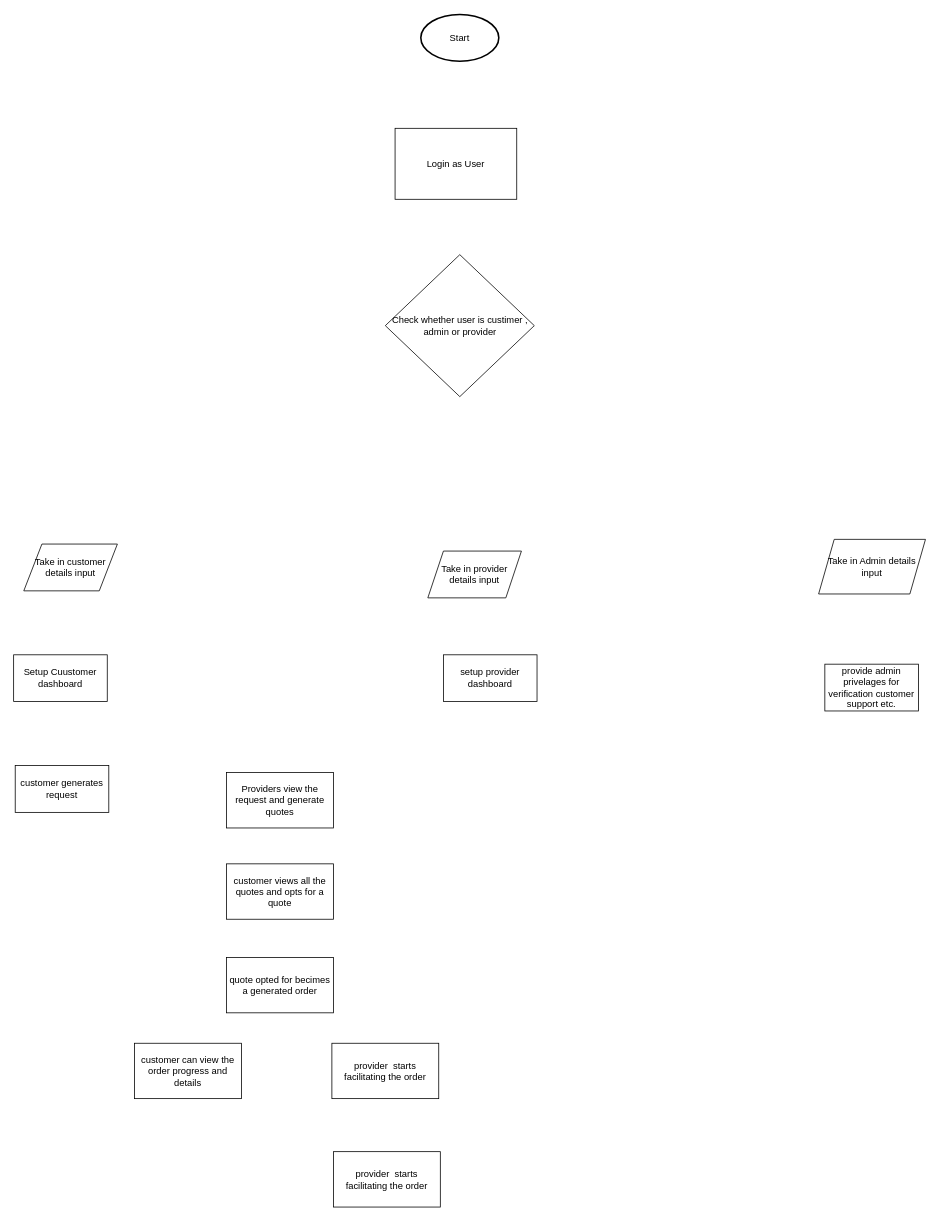
norsechurros/Diagrams keeps this draw.io diagram as go-vya flowchart.drawio. Above is the earlier version. Source tidied: cells renumbered, new cells numbered last; positions are measured from the earlier drawing's top-left corner, leaving out a move shared by most shapes. Both pictures are drawn from the tidied source at 78%, with x=0, y=0 at pixel (13, 14).
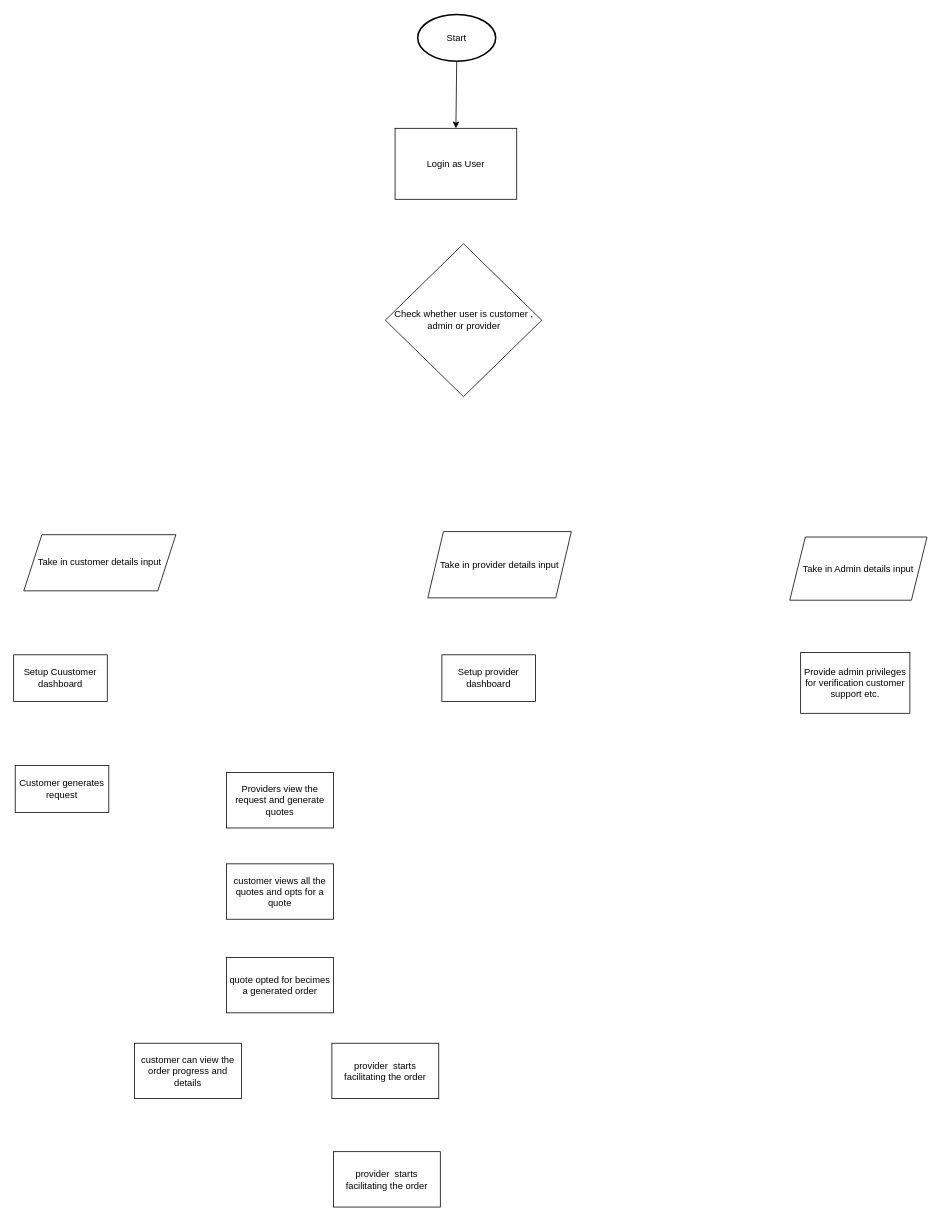
The same page after the edit.

The edit, as a diff of the source:
```diff
@@
 <mxGraphModel>
   <root>
     <mxCell id="0" />
     <mxCell id="1" parent="0" />
     <mxCell id="2" value="Start" style="strokeWidth=2;html=1;shape=mxgraph.flowchart.start_1;whiteSpace=wrap;" parent="1" vertex="1">
-      <mxGeometry x="522" width="100" height="60" as="geometry" />
+      <mxGeometry x="518" width="100" height="60" as="geometry" />
     </mxCell>
     <mxCell id="3" value="Login as User" style="rounded=0;whiteSpace=wrap;html=1;" parent="1" vertex="1">
       <mxGeometry x="489" y="146" width="156" height="91" as="geometry" />
     </mxCell>
-    <mxCell id="4" value="Check whether user is custimer , admin or provider" style="rhombus;whiteSpace=wrap;html=1;" parent="1" vertex="1">
-      <mxGeometry x="476.5" y="308" width="191" height="182" as="geometry" />
+    <mxCell id="4" value="Check whether user is customer , admin or provider" style="rhombus;whiteSpace=wrap;html=1;" parent="1" vertex="1">
+      <mxGeometry x="476.5" y="294" width="200.5" height="196" as="geometry" />
     </mxCell>
     <mxCell id="5" value="Take in customer details input" style="shape=parallelogram;perimeter=parallelogramPerimeter;whiteSpace=wrap;html=1;fixedSize=1;size=23.235294117647072;" parent="1" vertex="1">
-      <mxGeometry x="13" y="679" width="120" height="60" as="geometry" />
+      <mxGeometry x="13" y="667" width="195" height="72" as="geometry" />
     </mxCell>
     <mxCell id="6" value="Take in provider details input" style="shape=parallelogram;perimeter=parallelogramPerimeter;whiteSpace=wrap;html=1;fixedSize=1;" parent="1" vertex="1">
-      <mxGeometry x="531" y="688" width="120" height="60" as="geometry" />
+      <mxGeometry x="531" y="663" width="184" height="85" as="geometry" />
     </mxCell>
     <mxCell id="7" value="Take in Admin details input" style="shape=parallelogram;perimeter=parallelogramPerimeter;whiteSpace=wrap;html=1;fixedSize=1;" parent="1" vertex="1">
-      <mxGeometry x="1032" y="673" width="137" height="70" as="geometry" />
+      <mxGeometry x="995" y="670" width="176" height="81" as="geometry" />
     </mxCell>
     <mxCell id="8" value="Setup Cuustomer dashboard" style="rounded=0;whiteSpace=wrap;html=1;" parent="1" vertex="1">
       <mxGeometry y="821" width="120" height="60" as="geometry" />
     </mxCell>
-    <mxCell id="9" value="setup provider dashboard" style="rounded=0;whiteSpace=wrap;html=1;" parent="1" vertex="1">
-      <mxGeometry x="551" y="821" width="120" height="60" as="geometry" />
+    <mxCell id="9" value="&lt;div&gt;Setup provider dashboard&lt;/div&gt;" style="rounded=0;whiteSpace=wrap;html=1;" parent="1" vertex="1">
+      <mxGeometry x="549" y="821" width="120" height="60" as="geometry" />
     </mxCell>
-    <mxCell id="10" value="provide admin privelages for verification customer support etc." style="rounded=0;whiteSpace=wrap;html=1;" parent="1" vertex="1">
-      <mxGeometry x="1040" y="833" width="120" height="60" as="geometry" />
+    <mxCell id="10" value="Provide admin privileges for verification customer support etc." style="rounded=0;whiteSpace=wrap;html=1;" parent="1" vertex="1">
+      <mxGeometry x="1009" y="818" width="140" height="78" as="geometry" />
     </mxCell>
-    <mxCell id="11" value="customer generates request" style="rounded=0;whiteSpace=wrap;html=1;" parent="1" vertex="1">
+    <mxCell id="11" value="Customer generates request" style="rounded=0;whiteSpace=wrap;html=1;" parent="1" vertex="1">
       <mxGeometry x="2" y="963" width="120" height="60" as="geometry" />
     </mxCell>
     <mxCell id="12" value="Providers view the request and generate quotes" style="rounded=0;whiteSpace=wrap;html=1;" parent="1" vertex="1">
       <mxGeometry x="273" y="972" width="137" height="71" as="geometry" />
     </mxCell>
     <mxCell id="13" value="customer views all the quotes and opts for a quote " style="rounded=0;whiteSpace=wrap;html=1;" parent="1" vertex="1">
       <mxGeometry x="273" y="1089" width="137" height="71" as="geometry" />
     </mxCell>
     <mxCell id="14" value="quote opted for becimes a generated order" style="rounded=0;whiteSpace=wrap;html=1;" parent="1" vertex="1">
       <mxGeometry x="273" y="1209" width="137" height="71" as="geometry" />
     </mxCell>
     <mxCell id="15" value="customer can view the order progress and details" style="rounded=0;whiteSpace=wrap;html=1;" parent="1" vertex="1">
       <mxGeometry x="155" y="1319" width="137" height="71" as="geometry" />
     </mxCell>
     <mxCell id="16" value="provider&amp;nbsp; starts facilitating the order " style="rounded=0;whiteSpace=wrap;html=1;" parent="1" vertex="1">
       <mxGeometry x="408" y="1319" width="137" height="71" as="geometry" />
     </mxCell>
     <mxCell id="17" value="provider&amp;nbsp; starts facilitating the order " style="rounded=0;whiteSpace=wrap;html=1;" parent="1" vertex="1">
       <mxGeometry x="410" y="1458" width="137" height="71" as="geometry" />
     </mxCell>
+    <mxCell id="18" style="endArrow=classic;html=1;rounded=0;exitX=0.5;exitY=1;exitDx=0;exitDy=0;exitPerimeter=0;entryX=0.5;entryY=0;entryDx=0;entryDy=0;" parent="1" edge="1" source="2" target="3">
+      <mxGeometry relative="1" as="geometry" />
+    </mxCell>
   </root>
 </mxGraphModel>
```
